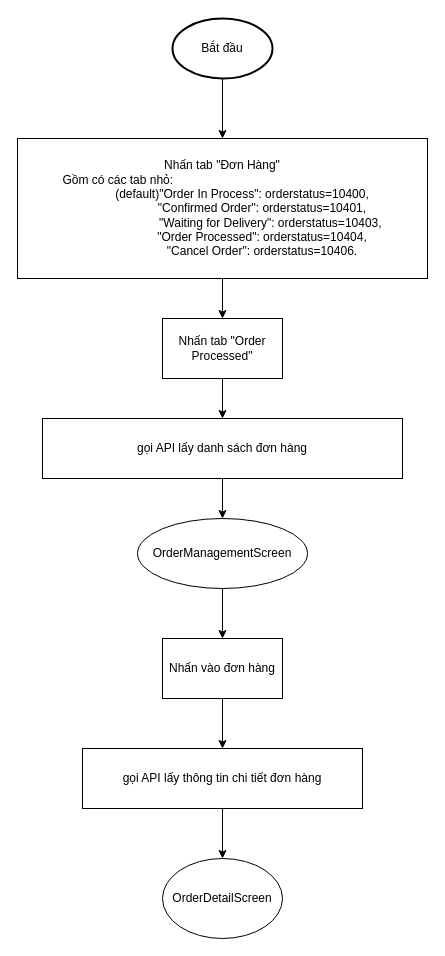
Above: page "Flowchart OrderManagement" (2 of 10) of OrderManagement Diagram.drawio in Alars99/diagram (draw.io), before the change. Source tidied: cells renumbered, new cells numbered last; positions are measured from the earlier drawing's top-left corner, leaving out a move shared by most shapes. Both pictures are drawn from the tidied source at 100%, with x=0, y=0 at pixel (17, 18).
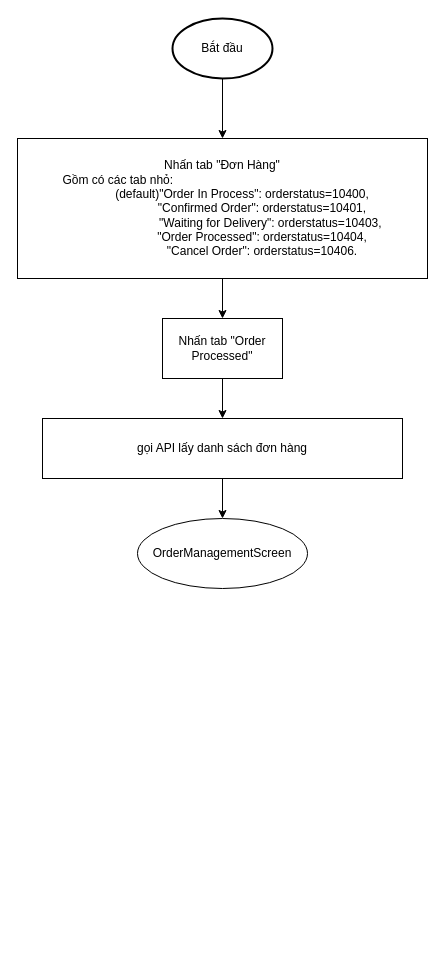
After the change.

Change to the diagram source:
```diff
@@
 <mxGraphModel>
   <root>
     <mxCell id="0" />
     <mxCell id="1" parent="0" />
     <mxCell id="2" style="edgeStyle=orthogonalEdgeStyle;rounded=0;jettySize=auto;html=1;" parent="1" edge="1" source="3" target="7">
       <mxGeometry relative="1" as="geometry" />
     </mxCell>
     <mxCell id="3" value="&lt;div&gt;&lt;span&gt;Nhấn tab &quot;Đơn Hàng&quot;&lt;/span&gt;&lt;/div&gt;&lt;div style=&quot;text-align: left&quot;&gt;&lt;span&gt;Gồm có các tab nhỏ:&amp;nbsp;&lt;/span&gt;&lt;/div&gt;&lt;blockquote style=&quot;margin: 0 0 0 40px ; border: none ; padding: 0px&quot;&gt;&lt;div style=&quot;text-align: center&quot;&gt;(default)&quot;Order In Process&quot;: orderstatus=10400,&lt;/div&gt;&lt;/blockquote&gt;&lt;blockquote style=&quot;margin: 0 0 0 40px ; border: none ; padding: 0px&quot;&gt;&lt;blockquote style=&quot;margin: 0 0 0 40px ; border: none ; padding: 0px&quot;&gt;&lt;span&gt;&quot;Confirmed Order&quot;:&amp;nbsp;&lt;/span&gt;&lt;span&gt;orderstatus=10401,&lt;/span&gt;&lt;/blockquote&gt;&lt;/blockquote&gt;&lt;blockquote style=&quot;margin: 0 0 0 40px ; border: none ; padding: 0px&quot;&gt;&lt;blockquote style=&quot;margin: 0 0 0 40px ; border: none ; padding: 0px&quot;&gt;&lt;span&gt;&amp;nbsp; &amp;nbsp; &amp;nbsp;&quot;Waiting for Delivery&quot;:&amp;nbsp;&lt;/span&gt;&lt;span&gt;orderstatus=10403,&lt;/span&gt;&lt;/blockquote&gt;&lt;/blockquote&gt;&lt;blockquote style=&quot;margin: 0 0 0 40px ; border: none ; padding: 0px&quot;&gt;&lt;blockquote style=&quot;margin: 0 0 0 40px ; border: none ; padding: 0px&quot;&gt;&lt;span&gt;&quot;&lt;/span&gt;Order Processed&lt;span&gt;&quot;:&amp;nbsp;&lt;/span&gt;&lt;span&gt;orderstatus=10404,&lt;/span&gt;&lt;br&gt;&lt;/blockquote&gt;&lt;blockquote style=&quot;margin: 0 0 0 40px ; border: none ; padding: 0px&quot;&gt;&lt;span&gt;&quot;&lt;/span&gt;Cancel Order&lt;span&gt;&quot;:&amp;nbsp;&lt;/span&gt;&lt;span&gt;orderstatus=10406.&lt;/span&gt;&lt;br&gt;&lt;/blockquote&gt;&lt;/blockquote&gt;" style="rounded=0;whiteSpace=wrap;html=1;fontSize=12;glass=0;strokeWidth=1;shadow=0;" parent="1" vertex="1">
       <mxGeometry y="120" width="410" height="140" as="geometry" />
     </mxCell>
     <mxCell id="4" style="edgeStyle=orthogonalEdgeStyle;rounded=0;jettySize=auto;html=1;" parent="1" edge="1" source="5" target="3">
       <mxGeometry relative="1" as="geometry" />
     </mxCell>
     <mxCell id="5" value="Bắt đầu" style="strokeWidth=2;html=1;shape=mxgraph.flowchart.start_1;whiteSpace=wrap;" parent="1" vertex="1">
       <mxGeometry x="155" width="100" height="60" as="geometry" />
     </mxCell>
     <mxCell id="6" style="edgeStyle=orthogonalEdgeStyle;rounded=0;jettySize=auto;html=1;" parent="1" edge="1" source="7" target="12">
       <mxGeometry relative="1" as="geometry" />
     </mxCell>
     <mxCell id="7" value="Nhấn tab &quot;Order Processed&quot;" style="rounded=0;whiteSpace=wrap;html=1;" parent="1" vertex="1">
       <mxGeometry x="145" y="300" width="120" height="60" as="geometry" />
     </mxCell>
-    <mxCell id="8" value="OrderDetailScreen" style="ellipse;whiteSpace=wrap;html=1;rounded=0;" parent="1" vertex="1">
-      <mxGeometry x="145" y="840" width="120" height="80" as="geometry" />
-    </mxCell>
-    <mxCell id="9" style="edgeStyle=orthogonalEdgeStyle;rounded=0;jettySize=auto;html=1;" parent="1" edge="1" source="10" target="14">
-      <mxGeometry relative="1" as="geometry" />
-    </mxCell>
-    <mxCell id="10" value="Nhấn vào đơn hàng" style="rounded=0;whiteSpace=wrap;html=1;" parent="1" vertex="1">
-      <mxGeometry x="145" y="620" width="120" height="60" as="geometry" />
-    </mxCell>
     <mxCell id="11" style="edgeStyle=orthogonalEdgeStyle;rounded=0;jettySize=auto;html=1;" parent="1" edge="1" source="12" target="16">
       <mxGeometry relative="1" as="geometry" />
     </mxCell>
     <mxCell id="12" value="gọi API lấy danh sách đơn hàng" style="rounded=0;whiteSpace=wrap;html=1;" parent="1" vertex="1">
       <mxGeometry x="25" y="400" width="360" height="60" as="geometry" />
     </mxCell>
-    <mxCell id="13" style="edgeStyle=orthogonalEdgeStyle;rounded=0;jettySize=auto;html=1;" parent="1" edge="1" source="14" target="8">
-      <mxGeometry relative="1" as="geometry" />
-    </mxCell>
-    <mxCell id="14" value="gọi API lấy thông tin chi tiết đơn hàng" style="rounded=0;whiteSpace=wrap;html=1;" parent="1" vertex="1">
-      <mxGeometry x="65" y="730" width="280" height="60" as="geometry" />
-    </mxCell>
-    <mxCell id="15" style="edgeStyle=orthogonalEdgeStyle;rounded=0;jettySize=auto;html=1;" parent="1" edge="1" source="16" target="10">
-      <mxGeometry relative="1" as="geometry" />
-    </mxCell>
     <mxCell id="16" value="OrderManagementScreen" style="ellipse;whiteSpace=wrap;html=1;rounded=0;" parent="1" vertex="1">
       <mxGeometry x="120" y="500" width="170" height="70" as="geometry" />
     </mxCell>
   </root>
 </mxGraphModel>
```
